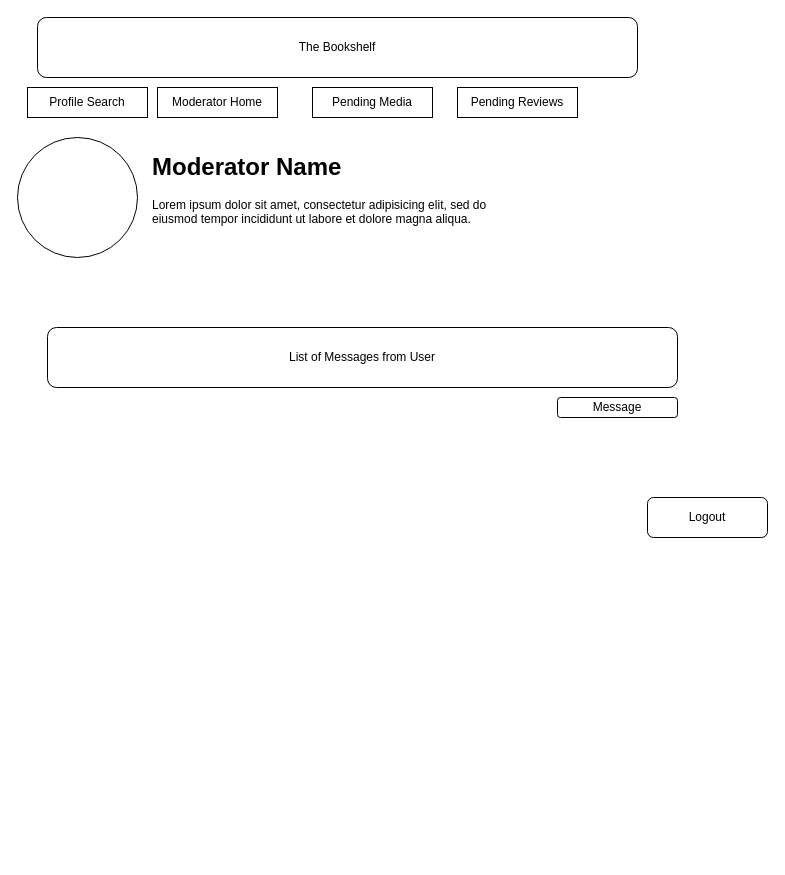
Above: page "Moderator profile page" (8 of 12) of wireframe.drawio in Chris24xx/BookShelf (draw.io), before the change. Source tidied: cells renumbered, new cells numbered last; positions are measured from the earlier drawing's top-left corner, leaving out a move shared by most shapes. Both pictures are drawn from the tidied source at 100%, with x=0, y=0 at pixel (17, 17).
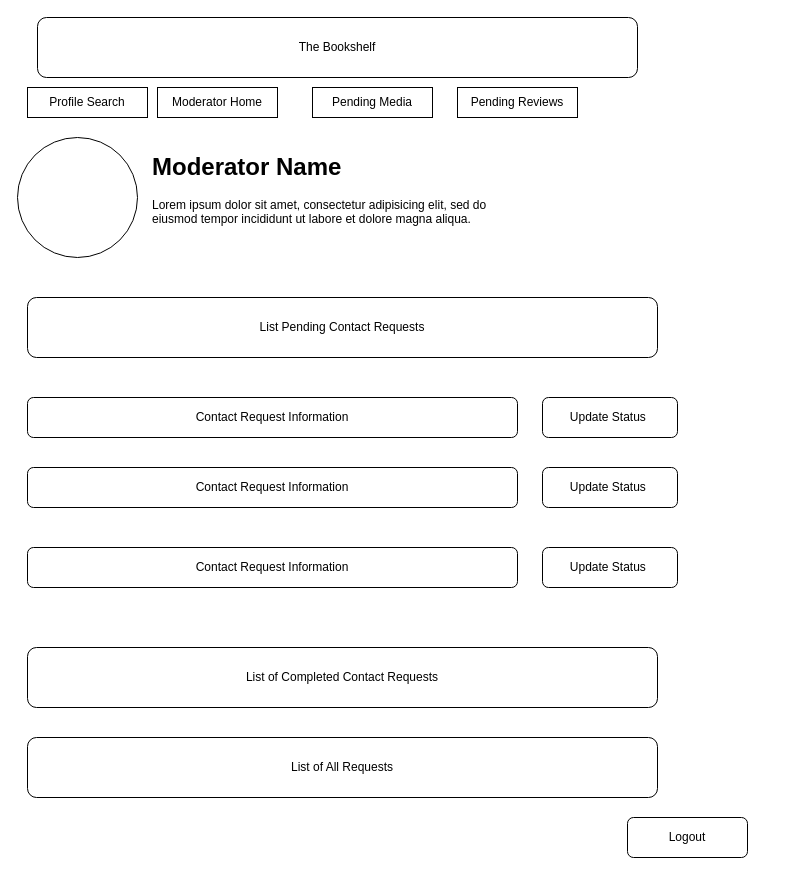
After the change.

What changed in the source:
```diff
@@
 <mxGraphModel>
   <root>
     <mxCell id="0" />
     <mxCell id="1" parent="0" />
     <mxCell id="2" value="The Bookshelf" style="rounded=1;whiteSpace=wrap;html=1;" parent="1" vertex="1">
       <mxGeometry x="20" width="600" height="60" as="geometry" />
     </mxCell>
     <mxCell id="3" value="Moderator Home" style="rounded=0;whiteSpace=wrap;html=1;" parent="1" vertex="1">
       <mxGeometry x="140" y="70" width="120" height="30" as="geometry" />
     </mxCell>
     <mxCell id="4" value="Pending Media" style="rounded=0;whiteSpace=wrap;html=1;" parent="1" vertex="1">
       <mxGeometry x="295" y="70" width="120" height="30" as="geometry" />
     </mxCell>
     <mxCell id="5" value="Pending Reviews" style="rounded=0;whiteSpace=wrap;html=1;" parent="1" vertex="1">
       <mxGeometry x="440" y="70" width="120" height="30" as="geometry" />
     </mxCell>
     <mxCell id="6" value="&lt;h1&gt;Moderator Name&lt;/h1&gt;&lt;p&gt;Lorem ipsum dolor sit amet, consectetur adipisicing elit, sed do eiusmod tempor incididunt ut labore et dolore magna aliqua.&lt;/p&gt;" style="text;html=1;strokeColor=none;fillColor=none;spacing=5;spacingTop=-20;whiteSpace=wrap;overflow=hidden;rounded=0;" parent="1" vertex="1">
       <mxGeometry x="130" y="130" width="350" height="120" as="geometry" />
     </mxCell>
     <mxCell id="7" style="ellipse;whiteSpace=wrap;html=1;" parent="1" vertex="1">
       <mxGeometry y="120" width="120" height="120" as="geometry" />
     </mxCell>
-    <mxCell id="8" value="Message" style="rounded=1;whiteSpace=wrap;html=1;" parent="1" vertex="1">
-      <mxGeometry x="540" y="380" width="120" height="20" as="geometry" />
-    </mxCell>
-    <mxCell id="9" value="List of Messages from User" style="rounded=1;whiteSpace=wrap;html=1;" parent="1" vertex="1">
-      <mxGeometry x="30" y="310" width="630" height="60" as="geometry" />
+    <mxCell id="9" value="List of All Requests" style="rounded=1;whiteSpace=wrap;html=1;" parent="1" vertex="1">
+      <mxGeometry x="10" y="720" width="630" height="60" as="geometry" />
     </mxCell>
     <mxCell id="10" value="Logout" style="rounded=1;whiteSpace=wrap;html=1;" parent="1" vertex="1">
-      <mxGeometry x="630" y="480" width="120" height="40" as="geometry" />
+      <mxGeometry x="610" y="800" width="120" height="40" as="geometry" />
     </mxCell>
     <mxCell id="11" value="Profile Search" style="rounded=0;whiteSpace=wrap;html=1;" parent="1" vertex="1">
       <mxGeometry x="10" y="70" width="120" height="30" as="geometry" />
     </mxCell>
+    <mxCell id="12" value="List of Completed Contact Requests" style="rounded=1;whiteSpace=wrap;html=1;" parent="1" vertex="1">
+      <mxGeometry x="10" y="630" width="630" height="60" as="geometry" />
+    </mxCell>
+    <mxCell id="13" value="List Pending Contact Requests" style="rounded=1;whiteSpace=wrap;html=1;" parent="1" vertex="1">
+      <mxGeometry x="10" y="280" width="630" height="60" as="geometry" />
+    </mxCell>
+    <mxCell id="14" value="Contact Request Information" style="rounded=1;whiteSpace=wrap;html=1;" parent="1" vertex="1">
+      <mxGeometry x="10" y="380" width="490" height="40" as="geometry" />
+    </mxCell>
+    <mxCell id="15" value="Update Status&amp;nbsp;" style="rounded=1;whiteSpace=wrap;html=1;" parent="1" vertex="1">
+      <mxGeometry x="525" y="380" width="135" height="40" as="geometry" />
+    </mxCell>
+    <mxCell id="16" value="Update Status&amp;nbsp;" style="rounded=1;whiteSpace=wrap;html=1;" parent="1" vertex="1">
+      <mxGeometry x="525" y="450" width="135" height="40" as="geometry" />
+    </mxCell>
+    <mxCell id="17" value="Contact Request Information" style="rounded=1;whiteSpace=wrap;html=1;" parent="1" vertex="1">
+      <mxGeometry x="10" y="450" width="490" height="40" as="geometry" />
+    </mxCell>
+    <mxCell id="18" value="Contact Request Information" style="rounded=1;whiteSpace=wrap;html=1;" parent="1" vertex="1">
+      <mxGeometry x="10" y="530" width="490" height="40" as="geometry" />
+    </mxCell>
+    <mxCell id="19" value="Update Status&amp;nbsp;" style="rounded=1;whiteSpace=wrap;html=1;" parent="1" vertex="1">
+      <mxGeometry x="525" y="530" width="135" height="40" as="geometry" />
+    </mxCell>
   </root>
 </mxGraphModel>
```
